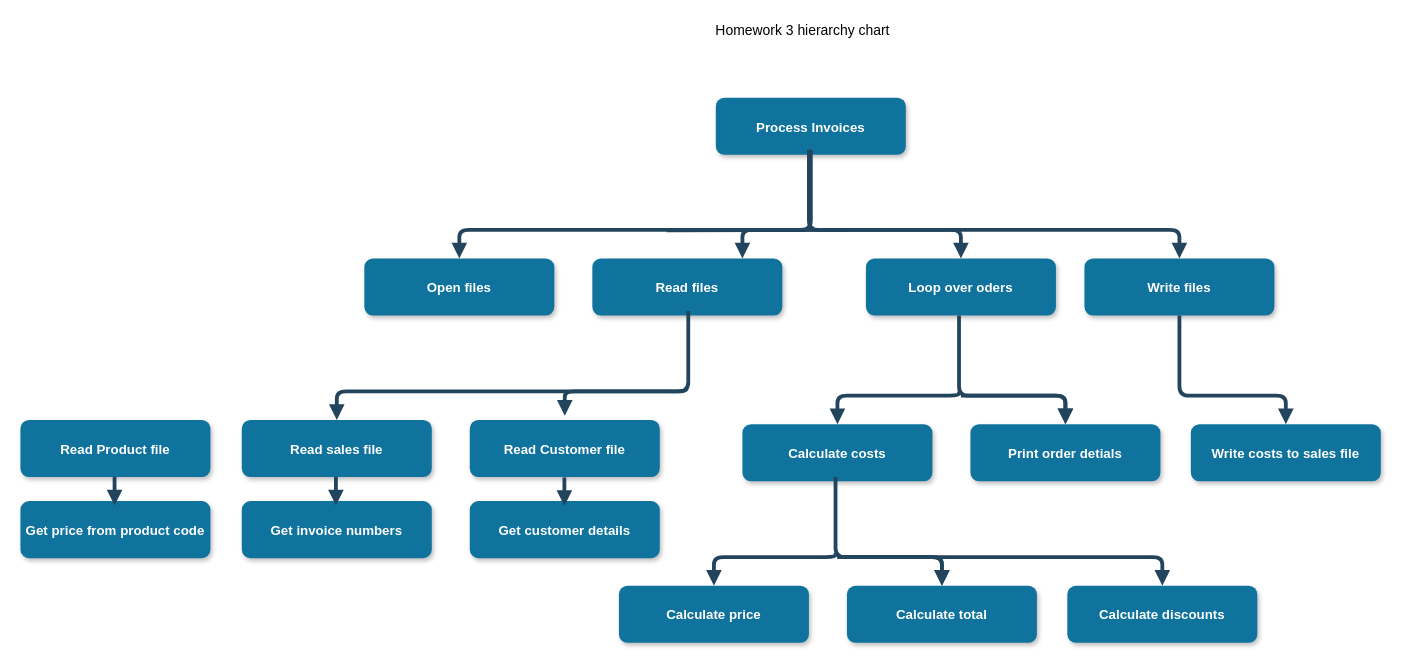
JachymT/a-level-cs-blog keeps this draw.io diagram as page "Page-1" (1 of 2) of Algorithms and programming/2.1/2.1.3/Hierarchy charts.drawio. Above is the earlier version. Source tidied: cells renumbered, new cells numbered last; positions are measured from the earlier drawing's top-left corner, leaving out a move shared by most shapes. Both pictures are drawn from the tidied source at 95%, with x=0, y=0 at pixel (20, 16).
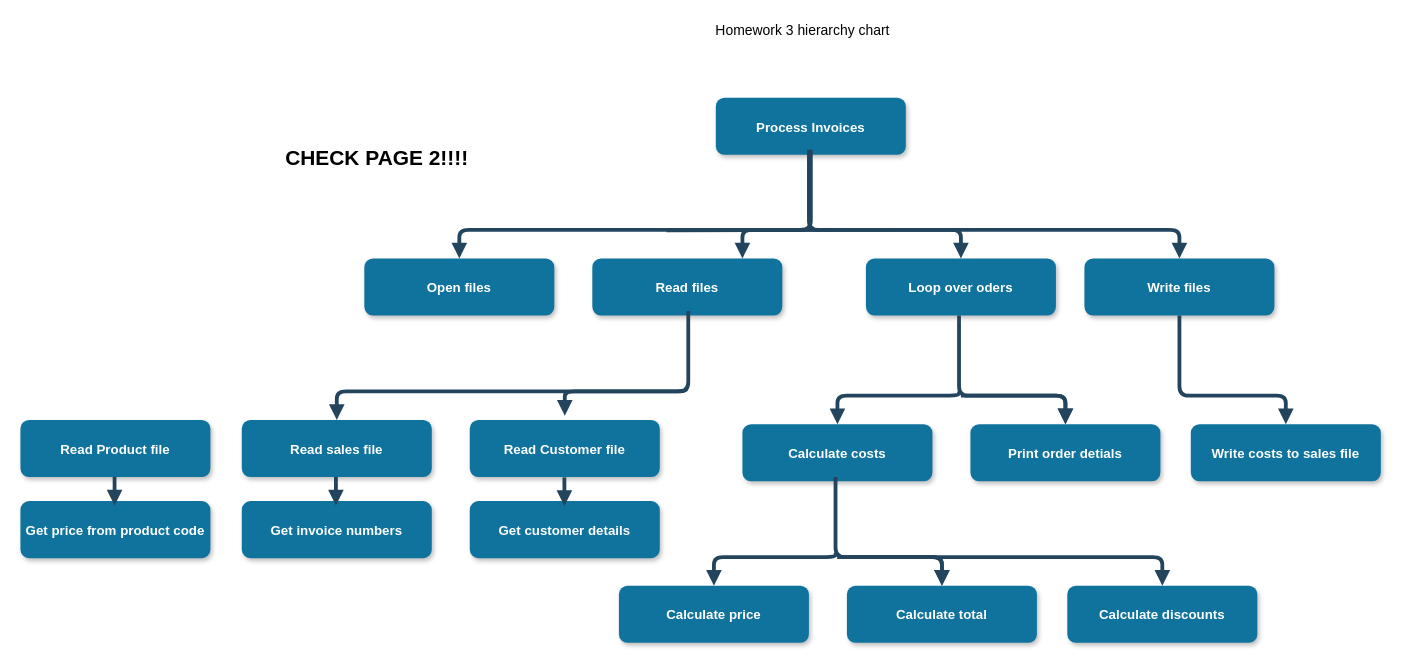
Above is the later version.

Change to the diagram source:
```diff
@@
+    <mxCell id="37" value="CHECK PAGE 2!!!!" style="text;html=1;align=center;verticalAlign=middle;strokeColor=none;fillColor=none;fontSize=22;fontStyle=1;" parent="1" vertex="1">
+      <mxGeometry x="270" y="135" width="210" height="30" as="geometry" />
+    </mxCell>
```
